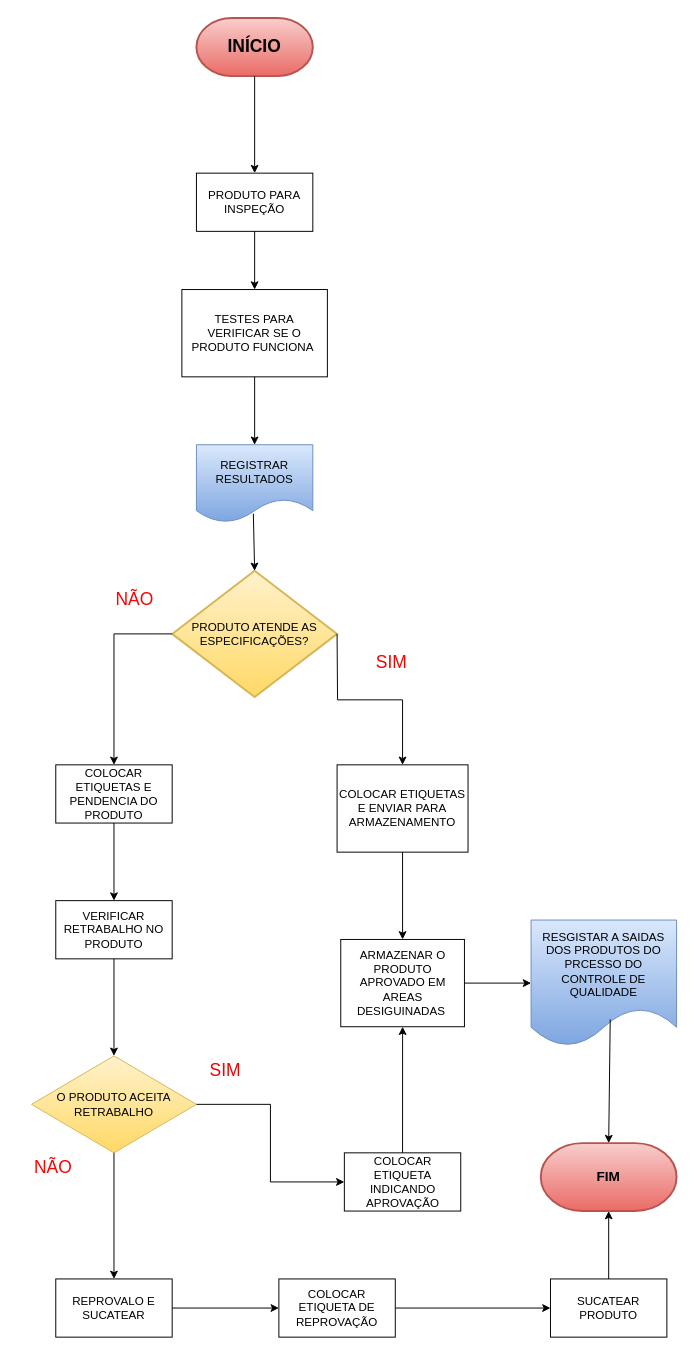
Above: Diagrama sem nome.drawio in C4rlosJeronimo/C4rlosJeronimo1 (draw.io), before the change. Source tidied: cells renumbered, new cells numbered last; positions are measured from the earlier drawing's top-left corner, leaving out a move shared by most shapes. Both pictures are drawn from the tidied source at 97%, with x=0, y=0 at pixel (16, 17).
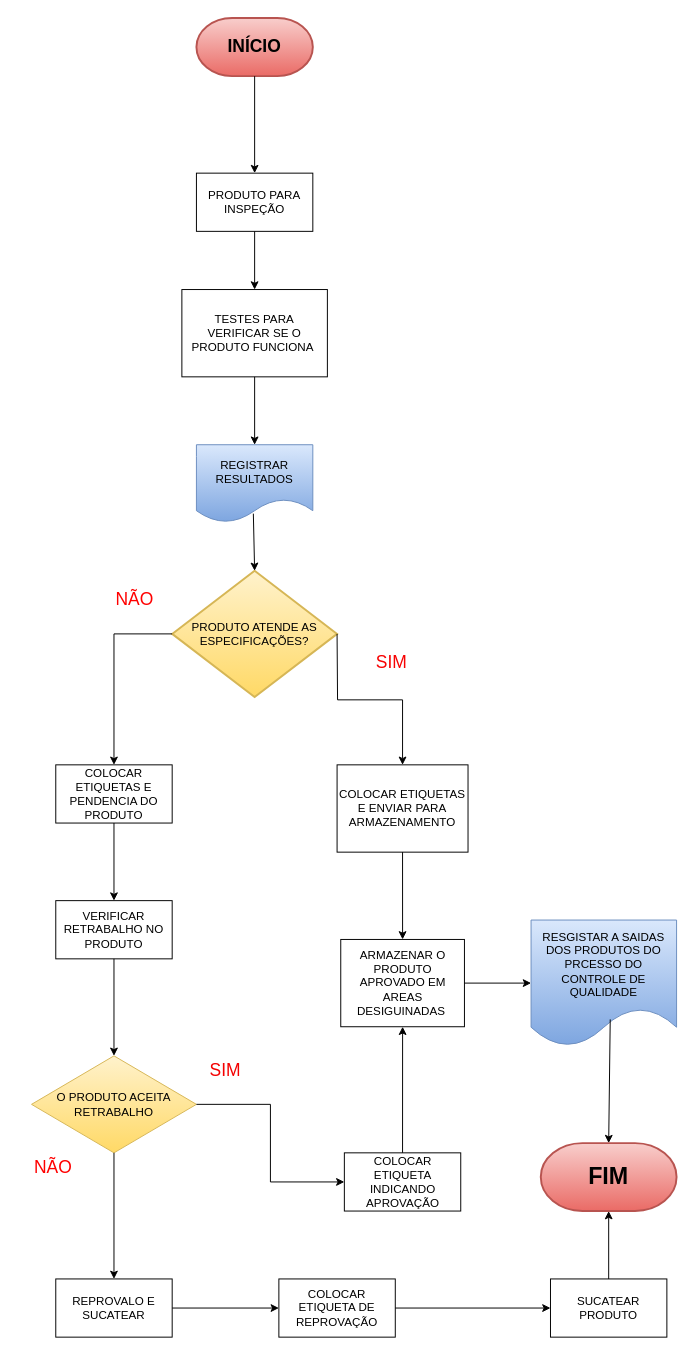
Above is the later version.

Diff of the diagram source:
```diff
@@
-    <mxCell id="19" value="&lt;h3&gt;FIM&lt;/h3&gt;" style="strokeWidth=2;html=1;shape=mxgraph.flowchart.terminator;whiteSpace=wrap;fillColor=#f8cecc;gradientColor=#ea6b66;strokeColor=#b85450;" parent="1" vertex="1">
+    <mxCell id="19" value="&lt;h1&gt;FIM&lt;/h1&gt;" style="strokeWidth=2;html=1;shape=mxgraph.flowchart.terminator;whiteSpace=wrap;fillColor=#f8cecc;gradientColor=#ea6b66;strokeColor=#b85450;" parent="1" vertex="1">
       <mxGeometry x="540" y="1160" width="140" height="70" as="geometry" />
     </mxCell>
```
